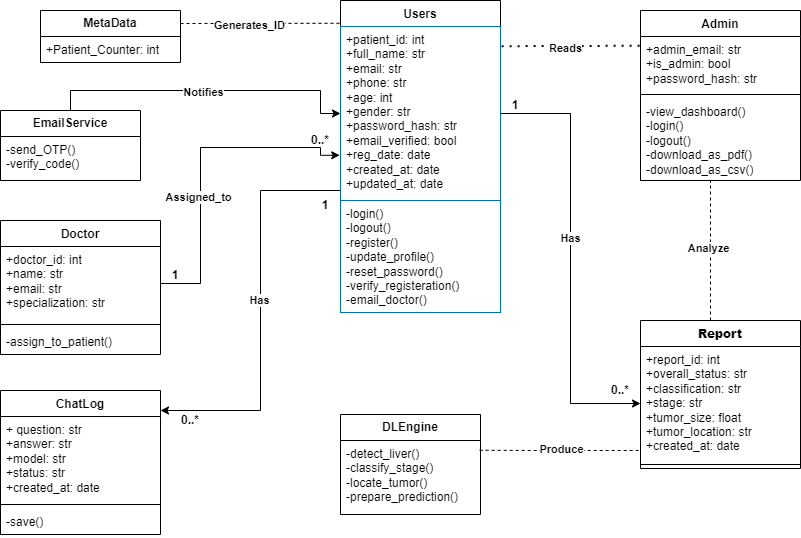
This is ClassDiagram.drawio.png from MooazPY/Pythonprojects, a draw.io export, as it was before one commit. Source tidied: cells renumbered, new cells last; positions are measured from the earlier drawing's top-left corner, leaving out a move shared by most shapes.
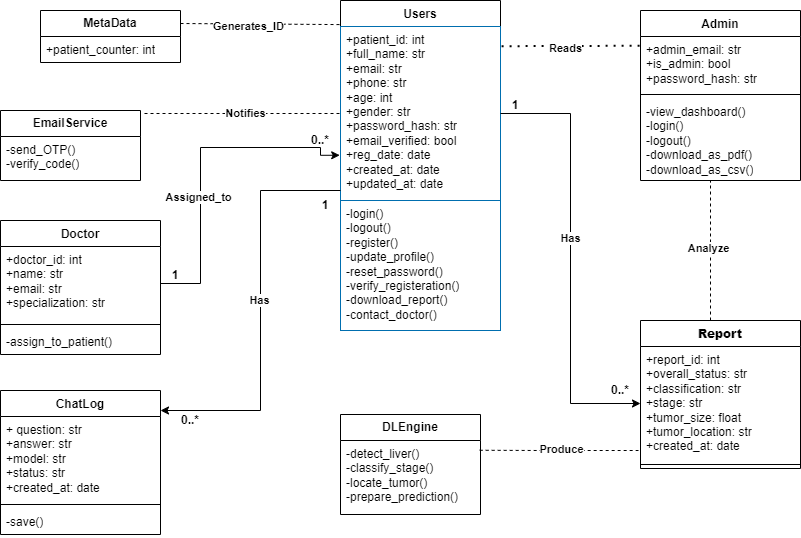
Above is the later version.

The edit, as a diff of the source:
```diff
@@ -3,18 +3,18 @@
     <mxCell id="0" />
     <mxCell id="1" parent="0" />
     <mxCell id="2" value="&lt;font style=&quot;color: light-dark(rgb(0, 0, 0), rgb(255, 255, 255));&quot;&gt;Users&lt;/font&gt;" style="swimlane;fontStyle=1;align=center;verticalAlign=top;horizontal=1;startSize=26;whiteSpace=wrap;html=1;" parent="1" vertex="1">
-      <mxGeometry x="340" width="160" height="312" as="geometry" />
+      <mxGeometry x="340" width="160" height="330" as="geometry" />
     </mxCell>
     <mxCell id="3" value="+patient_id: int&lt;div&gt;+full_name: str&lt;/div&gt;&lt;div&gt;+email: str&lt;/div&gt;&lt;div&gt;+phone: str&lt;/div&gt;&lt;div&gt;+age: int&lt;/div&gt;&lt;div&gt;+gender: str&lt;/div&gt;&lt;div&gt;+password_hash: str&lt;/div&gt;&lt;div&gt;+email_verified: bool&lt;/div&gt;&lt;div&gt;+reg_date: date&lt;/div&gt;&lt;div&gt;+created_at: date&lt;/div&gt;&lt;div&gt;+updated_at: date&lt;/div&gt;" style="text;align=left;verticalAlign=top;spacingLeft=4;spacingRight=4;overflow=hidden;points=[[0,0.5],[1,0.5]];portConstraint=eastwest;whiteSpace=wrap;html=1;strokeColor=light-dark(#006EAF, #ffffff);" parent="2" vertex="1">
       <mxGeometry y="26" width="160" height="174" as="geometry" />
     </mxCell>
-    <mxCell id="4" value="-login()&lt;div&gt;-logout()&lt;br&gt;&lt;div&gt;-register()&lt;/div&gt;&lt;div&gt;-update_profile()&lt;/div&gt;&lt;div&gt;-reset_password()&lt;/div&gt;&lt;div&gt;-verify_registeration()&lt;/div&gt;&lt;div&gt;-email_doctor()&lt;span style=&quot;white-space: pre;&quot;&gt;&#9;&lt;/span&gt;&lt;span style=&quot;white-space: pre;&quot;&gt;&#9;&lt;/span&gt;&lt;/div&gt;&lt;/div&gt;" style="text;align=left;verticalAlign=top;spacingLeft=4;spacingRight=4;overflow=hidden;whiteSpace=wrap;html=1;strokeColor=light-dark(#006EAF, #ffffff);" parent="2" vertex="1">
-      <mxGeometry y="200" width="160" height="112" as="geometry" />
+    <mxCell id="4" value="-login()&lt;div&gt;-logout()&lt;br&gt;&lt;div&gt;-register()&lt;/div&gt;&lt;div&gt;-update_profile()&lt;/div&gt;&lt;div&gt;-reset_password()&lt;/div&gt;&lt;div&gt;-verify_registeration()&lt;/div&gt;&lt;/div&gt;&lt;div&gt;-download_report()&lt;/div&gt;&lt;div&gt;-contact_doctor()&lt;/div&gt;" style="text;align=left;verticalAlign=top;spacingLeft=4;spacingRight=4;overflow=hidden;whiteSpace=wrap;html=1;strokeColor=light-dark(#006EAF, #ffffff);" parent="2" vertex="1">
+      <mxGeometry y="200" width="160" height="130" as="geometry" />
     </mxCell>
     <mxCell id="5" value="&lt;b&gt;MetaData&lt;/b&gt;" style="swimlane;fontStyle=0;horizontal=1;startSize=26;whiteSpace=wrap;html=1;" parent="1" vertex="1">
       <mxGeometry x="40" y="10" width="140" height="52" as="geometry" />
     </mxCell>
-    <mxCell id="6" value="+Patient_Counter: int" style="text;strokeColor=none;fillColor=none;align=left;verticalAlign=top;spacingLeft=4;spacingRight=4;overflow=hidden;whiteSpace=wrap;html=1;" parent="5" vertex="1">
+    <mxCell id="6" value="+patient_counter: int" style="text;strokeColor=none;fillColor=none;align=left;verticalAlign=top;spacingLeft=4;spacingRight=4;overflow=hidden;whiteSpace=wrap;html=1;" parent="5" vertex="1">
       <mxGeometry y="26" width="140" height="26" as="geometry" />
     </mxCell>
     <mxCell id="7" value="Admin" style="swimlane;fontStyle=1;align=center;verticalAlign=top;horizontal=1;startSize=26;whiteSpace=wrap;html=1;" parent="1" vertex="1">
@@ -38,18 +38,6 @@
     <mxCell id="13" style="line;strokeWidth=1;fillColor=none;align=left;verticalAlign=middle;spacingTop=-1;spacingLeft=3;spacingRight=3;labelPosition=right;strokeColor=inherit;" parent="11" vertex="1">
       <mxGeometry y="140" width="160" height="8" as="geometry" />
     </mxCell>
-    <mxCell id="14" style="edgeStyle=orthogonalEdgeStyle;rounded=0;jettySize=auto;html=1;exitX=0.5;exitY=0;exitDx=0;exitDy=0;entryX=0;entryY=0.5;entryDx=0;entryDy=0;" parent="1" edge="1" source="16" target="3">
-      <mxGeometry relative="1" as="geometry">
-        <Array as="points">
-          <mxPoint x="70" y="90" />
-          <mxPoint x="320" y="90" />
-          <mxPoint x="320" y="113" />
-        </Array>
-      </mxGeometry>
-    </mxCell>
-    <mxCell id="15" value="&lt;b&gt;Notifies&lt;/b&gt;" style="edgeLabel;html=1;align=center;verticalAlign=middle;" parent="14" vertex="1">
-      <mxGeometry x="-0.03" y="-1" relative="1" as="geometry" />
-    </mxCell>
     <mxCell id="16" value="&lt;b&gt;EmailService&lt;/b&gt;" style="swimlane;fontStyle=0;horizontal=1;startSize=26;whiteSpace=wrap;html=1;" parent="1" vertex="1">
       <mxGeometry y="110" width="140" height="70" as="geometry" />
     </mxCell>
@@ -171,5 +159,13 @@
     <mxCell id="47" value="&lt;b&gt;0..*&lt;/b&gt;" style="text;html=1;whiteSpace=wrap;strokeColor=none;fillColor=none;align=center;verticalAlign=middle;rounded=0;" parent="1" vertex="1">
       <mxGeometry x="610" y="370" width="20" height="40" as="geometry" />
     </mxCell>
+    <mxCell id="48" style="endArrow=none;dashed=1;html=1;rounded=0;entryX=0;entryY=0.5;entryDx=0;entryDy=0;" parent="1" edge="1" target="3">
+      <mxGeometry relative="1" as="geometry">
+        <mxPoint x="144" y="113" as="sourcePoint" />
+      </mxGeometry>
+    </mxCell>
+    <mxCell id="15" value="&lt;b&gt;Notifies&lt;/b&gt;" style="edgeLabel;html=1;align=center;verticalAlign=middle;" parent="48" vertex="1">
+      <mxGeometry x="0.02" y="1" relative="1" as="geometry" />
+    </mxCell>
   </root>
 </mxGraphModel>
```
